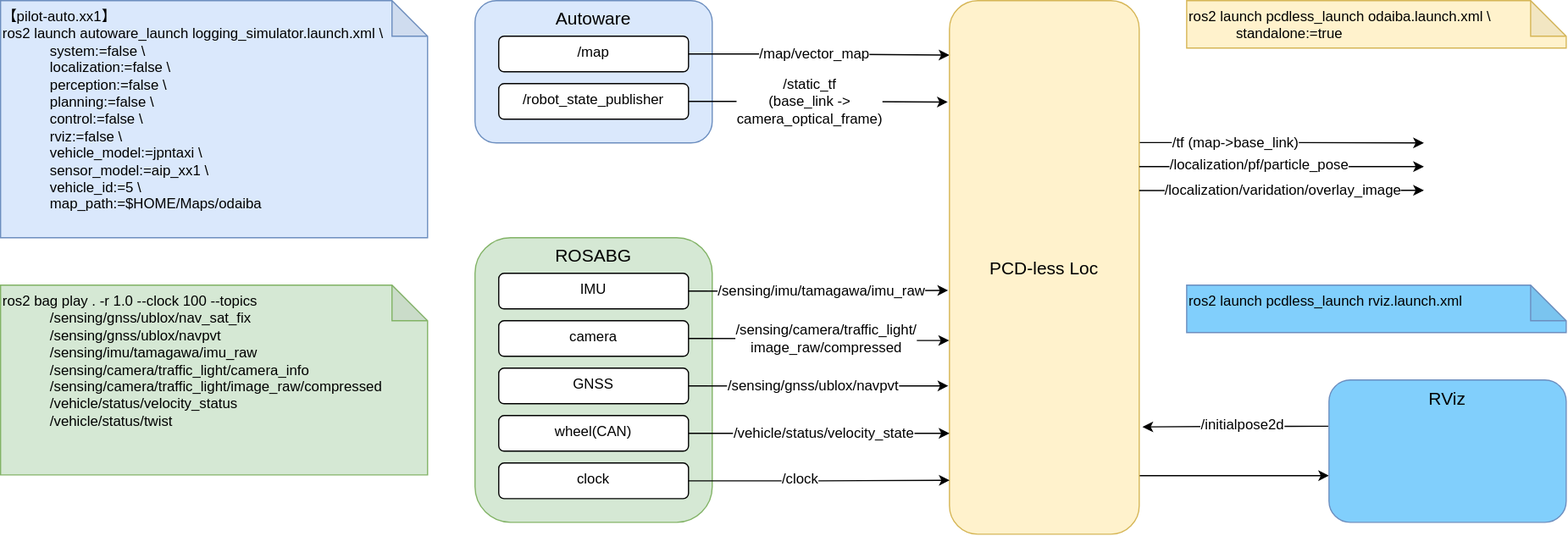
This is docs/how_to_launch_with_rosbag.drawio.svg from rsasaki0109/YabLoc, a draw.io export, as it was before one commit. Source tidied: cells renumbered, new cells last; positions are measured from the earlier drawing's top-left corner, leaving out a move shared by most shapes.
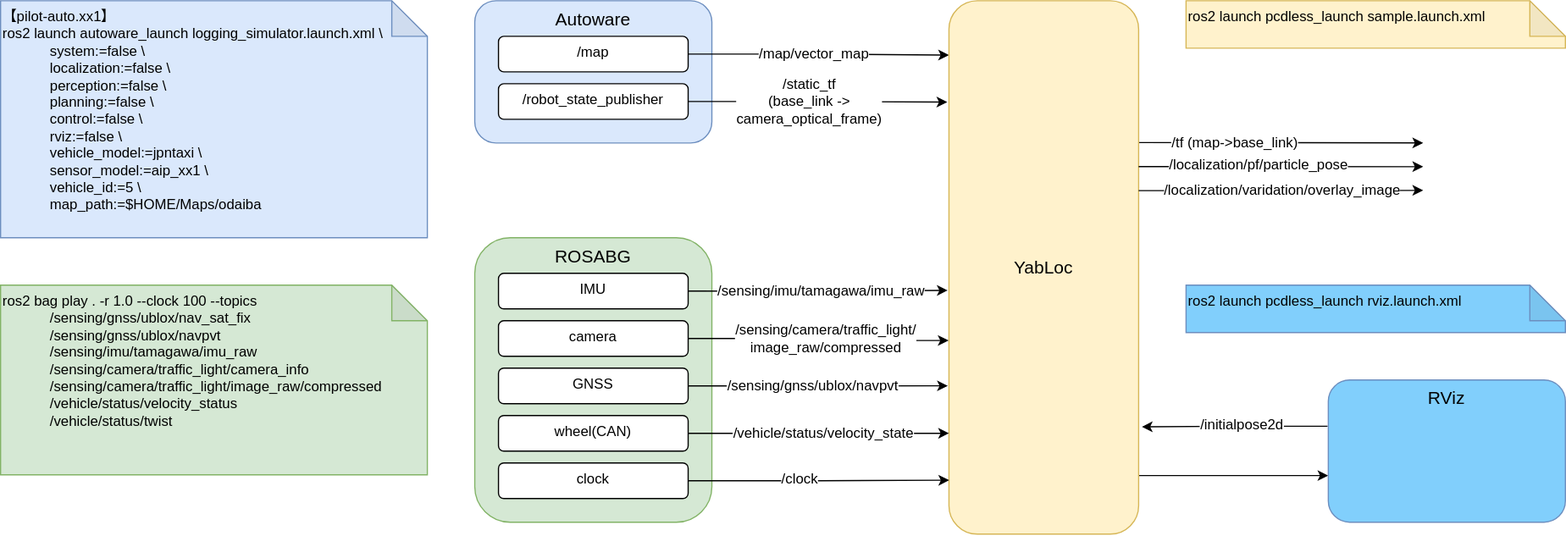
Later version of the same file.

Commit message:
refactor(launch) remove & update obsolete launch files (#9)

Change to the diagram source:
```diff
@@ -47,10 +47,10 @@
         </Array>
       </mxGeometry>
     </mxCell>
-    <mxCell id="13" value="&lt;font style=&quot;font-size: 15px;&quot;&gt;PCD-less Loc&lt;/font&gt;" style="rounded=1;whiteSpace=wrap;html=1;verticalAlign=middle;fillColor=#fff2cc;strokeColor=#d6b656;" parent="1" vertex="1">
+    <mxCell id="13" value="&lt;font style=&quot;font-size: 15px;&quot;&gt;YabLoc&lt;/font&gt;" style="rounded=1;whiteSpace=wrap;html=1;verticalAlign=middle;fillColor=#fff2cc;strokeColor=#d6b656;" parent="1" vertex="1">
       <mxGeometry x="800" width="160" height="450" as="geometry" />
     </mxCell>
-    <mxCell id="14" value="&lt;font style=&quot;&quot;&gt;&lt;font style=&quot;font-size: 12px;&quot;&gt;&amp;nbsp;ros2 launch pcdless_launch odaiba.launch.xml \&lt;br&gt;&lt;/font&gt;&lt;/font&gt;&lt;blockquote style=&quot;margin: 0 0 0 40px; border: none; padding: 0px;&quot;&gt;&lt;font style=&quot;&quot;&gt;standalone:=true&lt;/font&gt;&lt;/blockquote&gt;" style="shape=note;whiteSpace=wrap;html=1;backgroundOutline=1;darkOpacity=0.05;align=left;verticalAlign=top;fillColor=#fff2cc;strokeColor=#d6b656;" parent="1" vertex="1">
+    <mxCell id="14" value="&lt;font style=&quot;&quot;&gt;&lt;font style=&quot;font-size: 12px;&quot;&gt;&amp;nbsp;ros2 launch pcdless_launch sample.launch.xml&lt;br&gt;&lt;/font&gt;&lt;/font&gt;" style="shape=note;whiteSpace=wrap;html=1;backgroundOutline=1;darkOpacity=0.05;align=left;verticalAlign=top;fillColor=#fff2cc;strokeColor=#d6b656;" parent="1" vertex="1">
       <mxGeometry x="1000" width="320" height="40" as="geometry" />
     </mxCell>
     <mxCell id="15" style="edgeStyle=orthogonalEdgeStyle;rounded=0;jettySize=auto;html=1;exitX=1;exitY=0.5;exitDx=0;exitDy=0;entryX=-0.007;entryY=0.543;entryDx=0;entryDy=0;entryPerimeter=0;fontSize=8;fontColor=#000000;" parent="1" edge="1" source="17" target="13">
```
